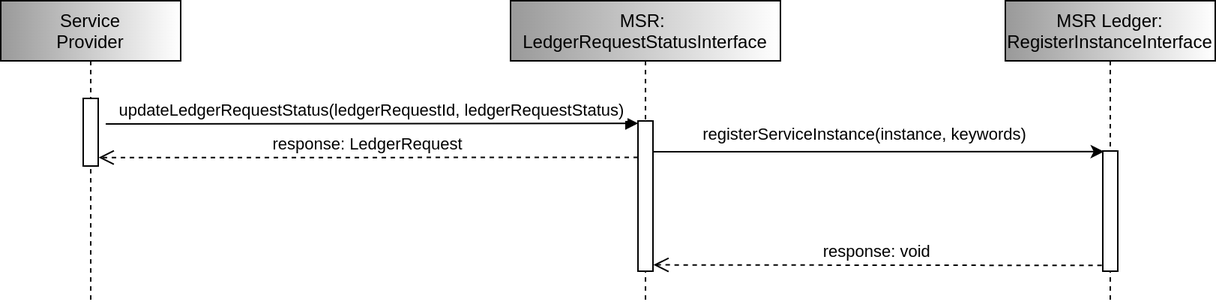
This is materials/ledgerrequeststatusintseqdiagram.drawio.png from maritimeconnectivity/g1128-msr-service-specification, a draw.io export, as it was before one commit. Source tidied: cells renumbered, new cells last; positions are measured from the earlier drawing's top-left corner, leaving out a move shared by most shapes.
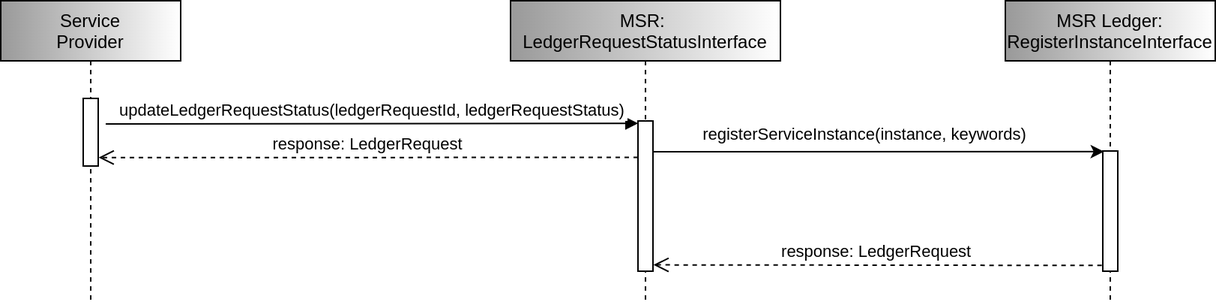
The same file after the commit.

Change to the diagram source:
```diff
@@ -31,7 +31,7 @@
     <mxCell id="10" value="registerServiceInstance(instance, keywords)" style="rounded=0;jettySize=auto;html=1;entryX=0.086;entryY=0.005;entryDx=0;entryDy=0;entryPerimeter=0;exitX=1;exitY=0.205;exitDx=0;exitDy=0;exitPerimeter=0;" parent="1" edge="1" source="5" target="9">
       <mxGeometry x="-0.06" y="11" relative="1" as="geometry" />
     </mxCell>
-    <mxCell id="11" value="response: void" style="verticalAlign=bottom;endArrow=open;dashed=1;endSize=8;exitX=-0.067;exitY=0.952;shadow=0;strokeWidth=1;exitDx=0;exitDy=0;exitPerimeter=0;entryX=1.033;entryY=0.958;entryDx=0;entryDy=0;entryPerimeter=0;" parent="1" edge="1" source="9" target="5">
+    <mxCell id="11" value="response: LedgerRequest" style="verticalAlign=bottom;endArrow=open;dashed=1;endSize=8;exitX=-0.067;exitY=0.952;shadow=0;strokeWidth=1;exitDx=0;exitDy=0;exitPerimeter=0;entryX=1.033;entryY=0.958;entryDx=0;entryDy=0;entryPerimeter=0;" parent="1" edge="1" source="9" target="5">
       <mxGeometry relative="1" as="geometry" />
     </mxCell>
   </root>
```
